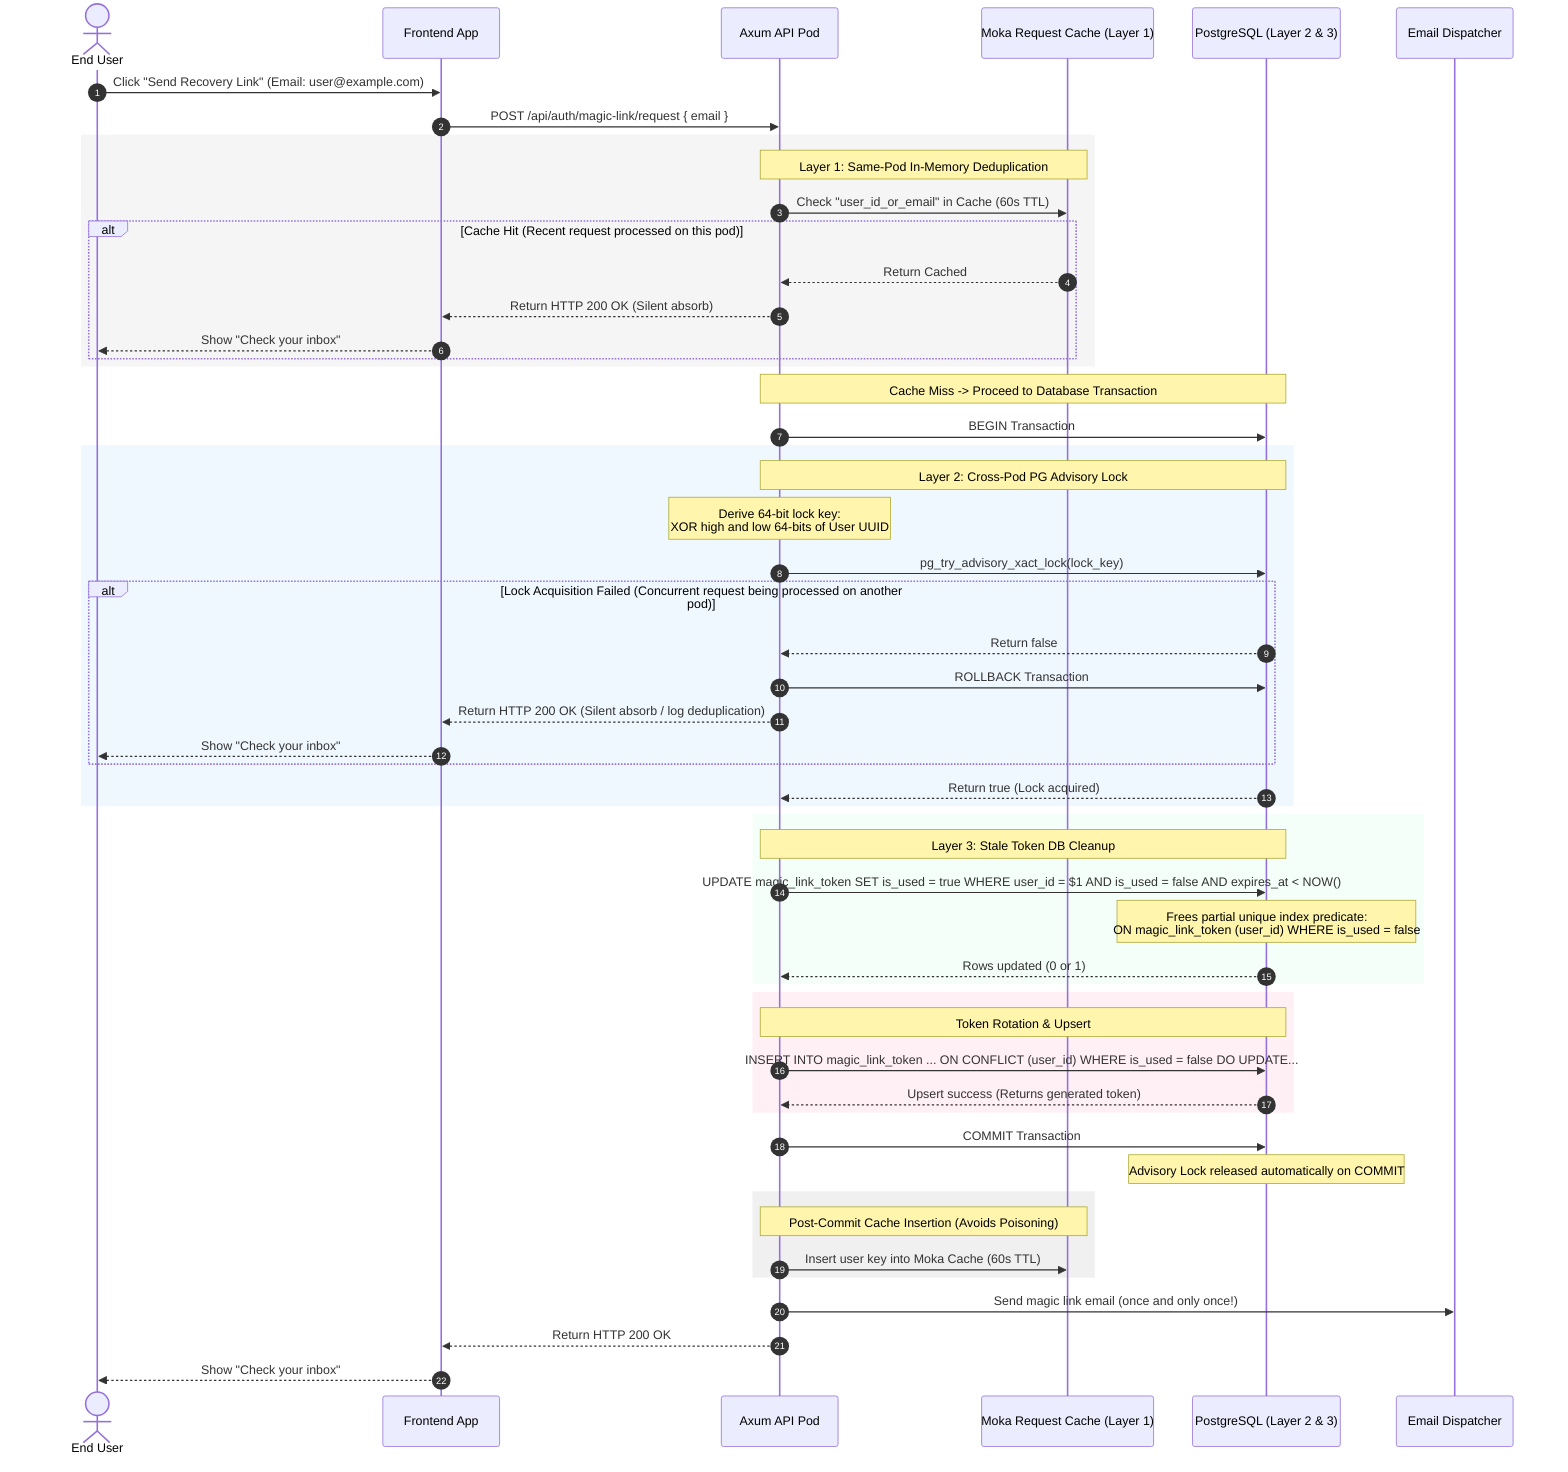
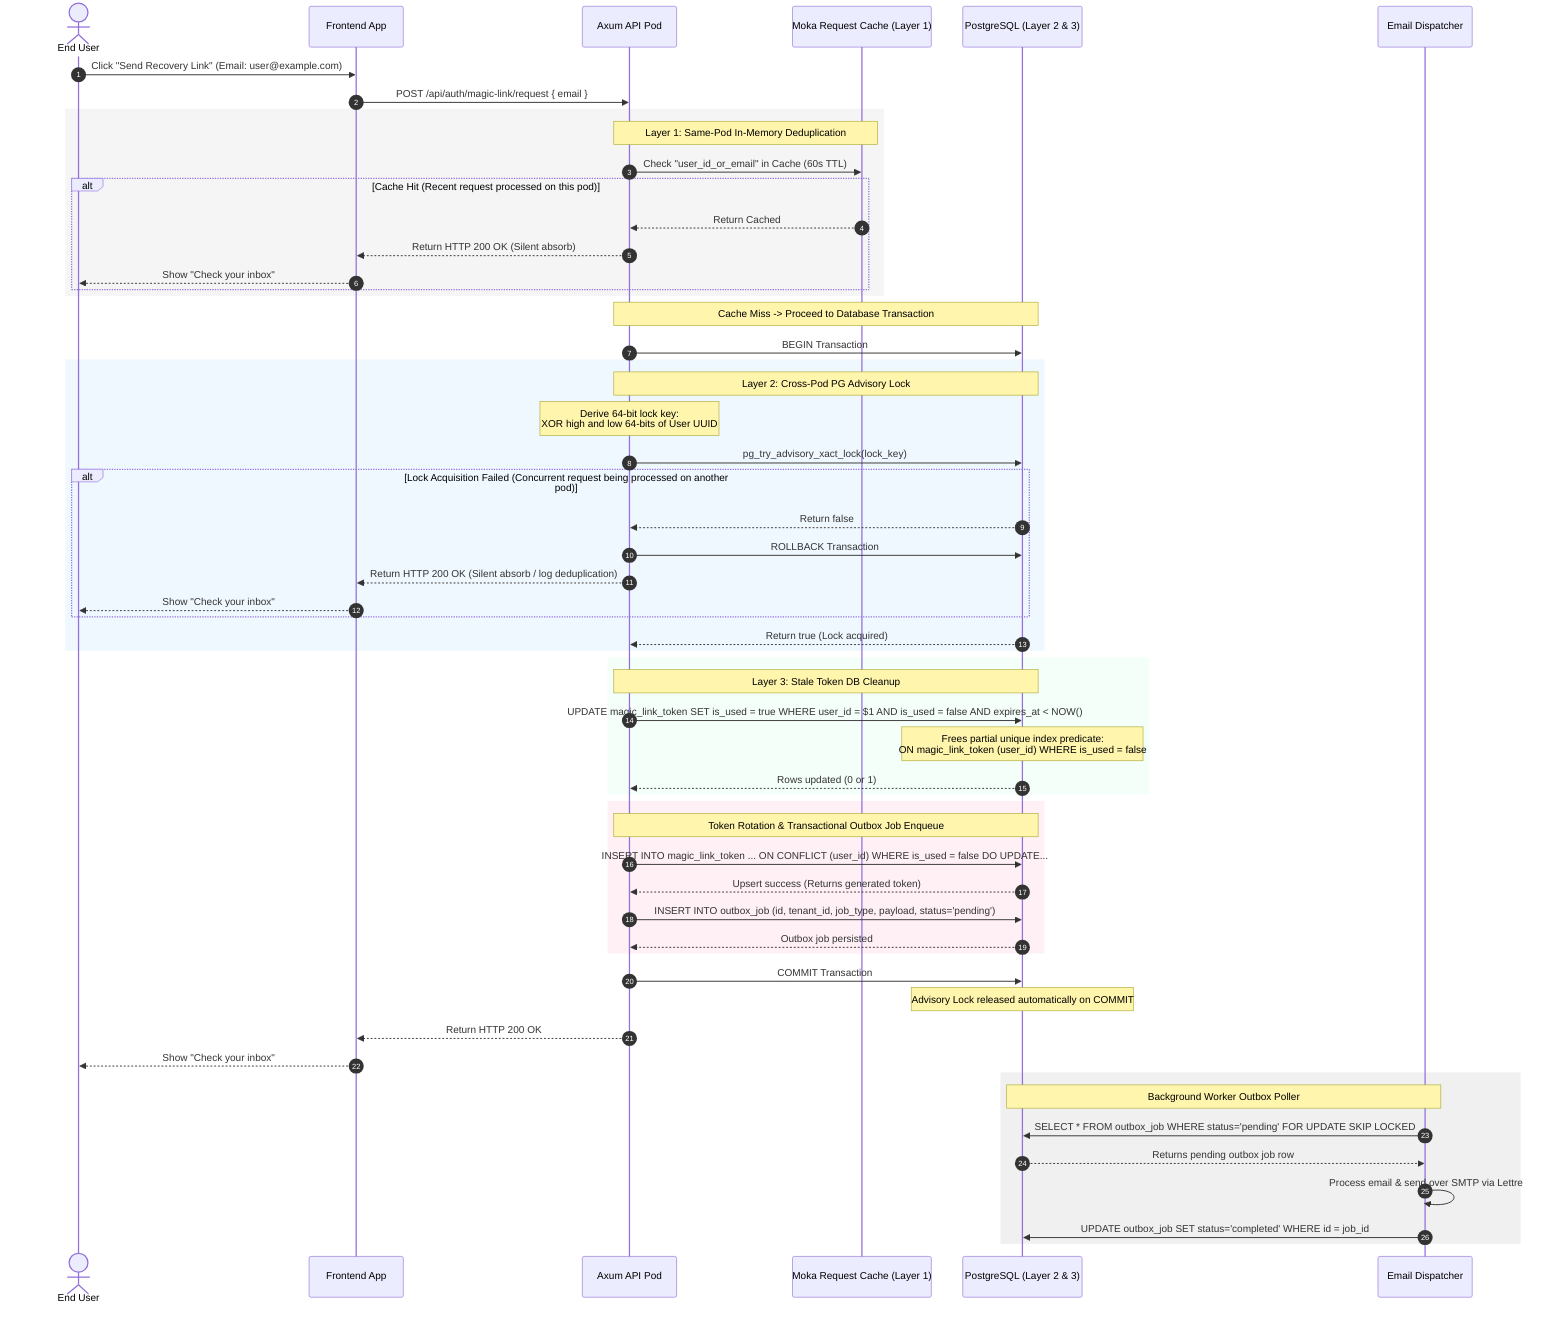
sequenceDiagram
    autonumber
    actor User as End User
    participant App as Frontend App
    participant Axum as Axum API Pod
    participant Cache as Moka Request Cache (Layer 1)
    participant DB as PostgreSQL (Layer 2 & 3)
    participant Email as Email Dispatcher

    User->>App: Click "Send Recovery Link" (Email: user@example.com)
    App->>Axum: POST /api/auth/magic-link/request { email }

    rect rgb(245, 245, 245)
        Note over Axum, Cache: Layer 1: Same-Pod In-Memory Deduplication
        Axum->>Cache: Check "user_id_or_email" in Cache (60s TTL)
        alt Cache Hit (Recent request processed on this pod)
            Cache-->>Axum: Return Cached
            Axum-->>App: Return HTTP 200 OK (Silent absorb)
            App-->>User: Show "Check your inbox"
        end
    end

    Note over Axum, DB: Cache Miss -> Proceed to Database Transaction
    Axum->>DB: BEGIN Transaction

    rect rgb(240, 248, 255)
        Note over Axum, DB: Layer 2: Cross-Pod PG Advisory Lock
        Note over Axum: Derive 64-bit lock key:<br/>XOR high and low 64-bits of User UUID
        Axum->>DB: pg_try_advisory_xact_lock(lock_key)

        alt Lock Acquisition Failed (Concurrent request being processed on another pod)
            DB-->>Axum: Return false
            Axum->>DB: ROLLBACK Transaction
            Axum-->>App: Return HTTP 200 OK (Silent absorb / log deduplication)
            App-->>User: Show "Check your inbox"
        end
        DB-->>Axum: Return true (Lock acquired)
    end

    rect rgb(245, 255, 250)
        Note over Axum, DB: Layer 3: Stale Token DB Cleanup
        Axum->>DB: UPDATE magic_link_token SET is_used = true WHERE user_id = $1 AND is_used = false AND expires_at < NOW()
        Note over DB: Frees partial unique index predicate:<br/>ON magic_link_token (user_id) WHERE is_used = false
        DB-->>Axum: Rows updated (0 or 1)
    end

    rect rgb(255, 240, 245)
-         Note over Axum, DB: Token Rotation & Upsert
+         Note over Axum, DB: Token Rotation & Transactional Outbox Job Enqueue
        Axum->>DB: INSERT INTO magic_link_token ... ON CONFLICT (user_id) WHERE is_used = false DO UPDATE...
        DB-->>Axum: Upsert success (Returns generated token)
+         Axum->>DB: INSERT INTO outbox_job (id, tenant_id, job_type, payload, status='pending')
+         DB-->>Axum: Outbox job persisted
    end

    Axum->>DB: COMMIT Transaction
    Note over DB: Advisory Lock released automatically on COMMIT

-     rect rgb(240, 240, 240)
-         Note over Axum, Cache: Post-Commit Cache Insertion (Avoids Poisoning)
-         Axum->>Cache: Insert user key into Moka Cache (60s TTL)
-     end
- 
-     Axum->>Email: Send magic link email (once and only once!)
    Axum-->>App: Return HTTP 200 OK
    App-->>User: Show "Check your inbox"
+ 
+     rect rgb(240, 240, 240)
+         Note over DB, Email: Background Worker Outbox Poller
+         Email->>DB: SELECT * FROM outbox_job WHERE status='pending' FOR UPDATE SKIP LOCKED
+         DB-->>Email: Returns pending outbox job row
+         Email->>Email: Process email & send over SMTP via Lettre
+         Email->>DB: UPDATE outbox_job SET status='completed' WHERE id = job_id
+     end
